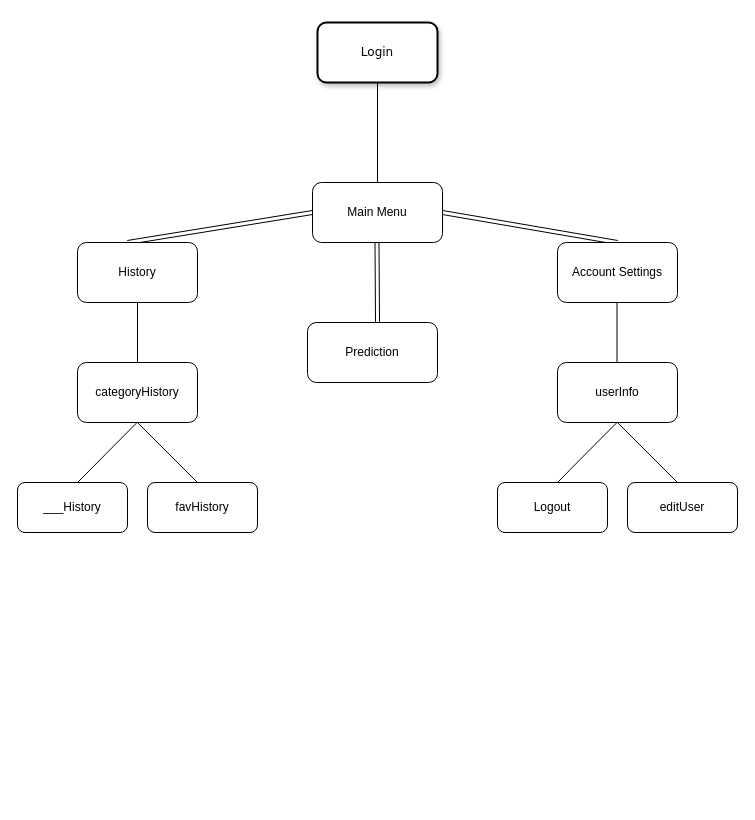
Above: Untitled Diagram.drawio in TheAimGame/f1predictor (draw.io), before the change. Source tidied: cells renumbered, new cells numbered last; positions are measured from the earlier drawing's top-left corner, leaving out a move shared by most shapes. Both pictures are drawn from the tidied source at 100%, with x=0, y=0 at pixel (17, 22).
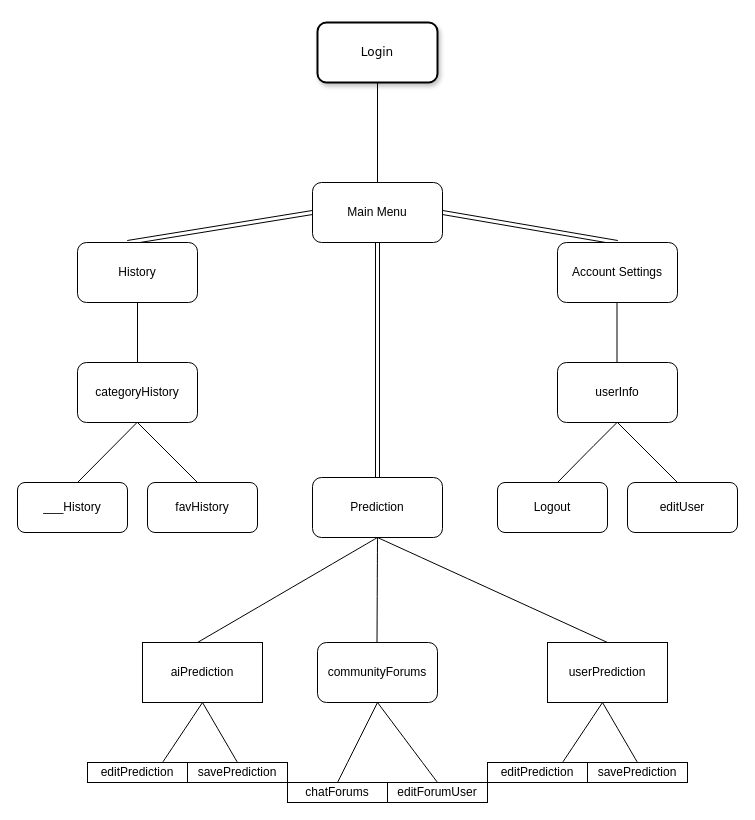
The same diagram, later.

The edit, as a diff of the source:
```diff
@@
-    <mxCell id="9" style="curved=1;endArrow=classic;html=1;rounded=0;entryX=1;entryY=0.5;entryDx=0;entryDy=0;shape=link;" parent="1" edge="1">
+    <mxCell id="9" style="curved=1;endArrow=classic;html=1;rounded=0;shape=link;exitX=0.5;exitY=0;exitDx=0;exitDy=0;" parent="1" edge="1" source="10">
       <mxGeometry relative="1" as="geometry">
-        <mxPoint x="360" y="300" as="sourcePoint" />
-        <mxPoint x="359.5" y="220" as="targetPoint" />
+        <mxPoint x="360" y="220" as="targetPoint" />
       </mxGeometry>
     </mxCell>
     <mxCell id="10" value="Prediction" style="rounded=1;whiteSpace=wrap;html=1;" parent="1" vertex="1">
-      <mxGeometry x="290" y="300" width="130" height="60" as="geometry" />
+      <mxGeometry x="295" y="455" width="130" height="60" as="geometry" />
     </mxCell>
@@
+    <mxCell id="23" style="endArrow=none;html=1;curved=1;exitX=0.5;exitY=1;exitDx=0;exitDy=0;" parent="1" edge="1" source="10">
+      <mxGeometry relative="1" as="geometry">
+        <mxPoint x="359.5" y="620" as="targetPoint" />
+      </mxGeometry>
+    </mxCell>
+    <mxCell id="24" value="communityForums" style="rounded=1;whiteSpace=wrap;html=1;" parent="1" vertex="1">
+      <mxGeometry x="300" y="620" width="120" height="60" as="geometry" />
+    </mxCell>
+    <mxCell id="25" style="endArrow=none;html=1;curved=1;exitX=0.5;exitY=1;exitDx=0;exitDy=0;" parent="1" edge="1">
+      <mxGeometry relative="1" as="geometry">
+        <mxPoint x="360" y="515" as="sourcePoint" />
+        <mxPoint x="180" y="620" as="targetPoint" />
+      </mxGeometry>
+    </mxCell>
+    <mxCell id="26" style="endArrow=none;html=1;curved=1;exitX=0.5;exitY=1;exitDx=0;exitDy=0;entryX=0.5;entryY=0;entryDx=0;entryDy=0;" parent="1" edge="1" target="28">
+      <mxGeometry relative="1" as="geometry">
+        <mxPoint x="360" y="515" as="sourcePoint" />
+      </mxGeometry>
+    </mxCell>
+    <mxCell id="27" value="aiPrediction" style="rounded=0;whiteSpace=wrap;html=1;" parent="1" vertex="1">
+      <mxGeometry x="125" y="620" width="120" height="60" as="geometry" />
+    </mxCell>
+    <mxCell id="28" value="userPrediction" style="rounded=0;whiteSpace=wrap;html=1;" parent="1" vertex="1">
+      <mxGeometry x="530" y="620" width="120" height="60" as="geometry" />
+    </mxCell>
+    <mxCell id="29" style="endArrow=none;html=1;curved=1;entryX=0.5;entryY=1;entryDx=0;entryDy=0;exitX=0.75;exitY=0;exitDx=0;exitDy=0;" parent="1" edge="1" source="30" target="27">
+      <mxGeometry relative="1" as="geometry" />
+    </mxCell>
+    <mxCell id="30" value="editPrediction" style="rounded=0;whiteSpace=wrap;html=1;" parent="1" vertex="1">
+      <mxGeometry x="70" y="740" width="100" height="20" as="geometry" />
+    </mxCell>
+    <mxCell id="31" style="endArrow=none;html=1;curved=1;entryX=0.5;entryY=1;entryDx=0;entryDy=0;exitX=0.5;exitY=0;exitDx=0;exitDy=0;" parent="1" edge="1" source="32">
+      <mxGeometry relative="1" as="geometry">
+        <mxPoint x="185" y="680" as="targetPoint" />
+      </mxGeometry>
+    </mxCell>
+    <mxCell id="32" value="savePrediction" style="rounded=0;whiteSpace=wrap;html=1;" parent="1" vertex="1">
+      <mxGeometry x="170" y="740" width="100" height="20" as="geometry" />
+    </mxCell>
+    <mxCell id="33" style="endArrow=none;html=1;curved=1;entryX=0.5;entryY=1;entryDx=0;entryDy=0;exitX=0.5;exitY=0;exitDx=0;exitDy=0;exitPerimeter=0;" parent="1" edge="1" source="35" target="24">
+      <mxGeometry relative="1" as="geometry" />
+    </mxCell>
+    <mxCell id="34" style="endArrow=none;html=1;curved=1;entryX=0.5;entryY=1;entryDx=0;entryDy=0;exitX=0.5;exitY=0;exitDx=0;exitDy=0;" parent="1" edge="1" source="36" target="24">
+      <mxGeometry relative="1" as="geometry" />
+    </mxCell>
+    <mxCell id="35" value="chatForums" style="rounded=0;whiteSpace=wrap;html=1;" parent="1" vertex="1">
+      <mxGeometry x="270" y="760" width="100" height="20" as="geometry" />
+    </mxCell>
+    <mxCell id="36" value="editForumUser" style="rounded=0;whiteSpace=wrap;html=1;" parent="1" vertex="1">
+      <mxGeometry x="370" y="760" width="100" height="20" as="geometry" />
+    </mxCell>
+    <mxCell id="37" value="editPrediction" style="rounded=0;whiteSpace=wrap;html=1;" parent="1" vertex="1">
+      <mxGeometry x="470" y="740" width="100" height="20" as="geometry" />
+    </mxCell>
+    <mxCell id="38" value="savePrediction" style="rounded=0;whiteSpace=wrap;html=1;" parent="1" vertex="1">
+      <mxGeometry x="570" y="740" width="100" height="20" as="geometry" />
+    </mxCell>
+    <mxCell id="39" style="endArrow=none;html=1;curved=1;entryX=0.5;entryY=1;entryDx=0;entryDy=0;exitX=0.5;exitY=0;exitDx=0;exitDy=0;" parent="1" edge="1" source="38">
+      <mxGeometry relative="1" as="geometry">
+        <mxPoint x="585" y="680" as="targetPoint" />
+      </mxGeometry>
+    </mxCell>
+    <mxCell id="40" style="endArrow=none;html=1;curved=1;entryX=0.5;entryY=1;entryDx=0;entryDy=0;exitX=0.75;exitY=0;exitDx=0;exitDy=0;" parent="1" edge="1" source="37">
+      <mxGeometry relative="1" as="geometry">
+        <mxPoint x="585" y="680" as="targetPoint" />
+      </mxGeometry>
+    </mxCell>
```
